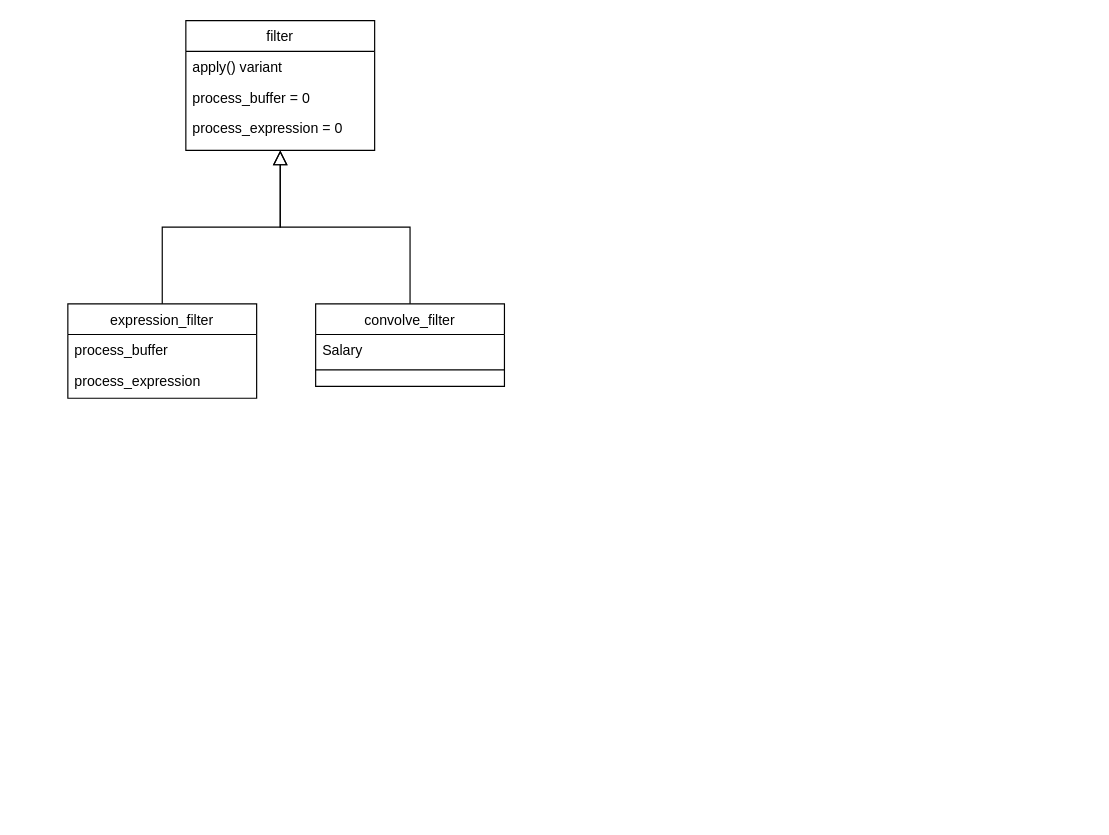
The draw.io diagram Untitled Diagram.drawio in flyskybingo/TestCase, before the edit. Source tidied: cells renumbered, new cells numbered last; positions are measured from the earlier drawing's top-left corner, leaving out a move shared by most shapes. Both pictures are drawn from the tidied source at 118%, with x=0, y=0 at pixel (67, 20).
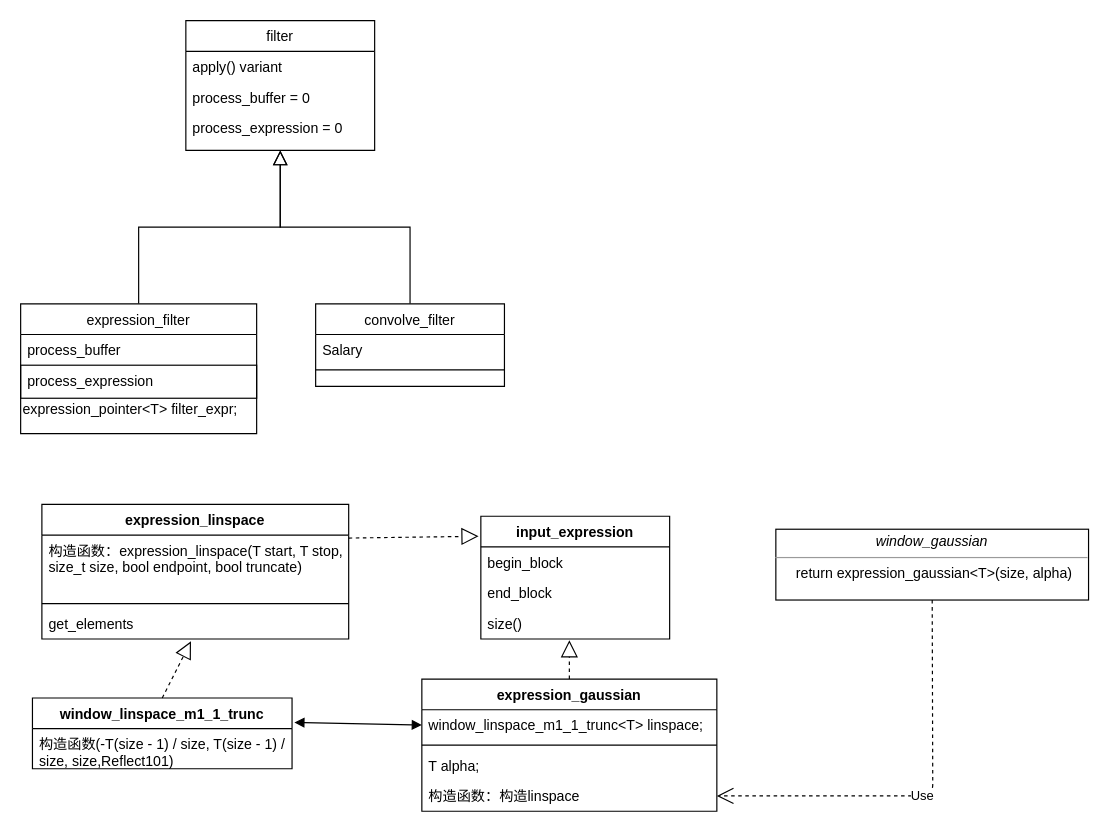
Above is the later version.

The change refers to these unchanged cells:
```xml
<mxCell id="2" value="filter" style="swimlane;fontStyle=0;align=center;verticalAlign=top;horizontal=1;startSize=26;rounded=0;shadow=0;strokeWidth=1;swimlaneLine=1;" parent="1" vertex="1">
  <mxGeometry x="100" width="160" height="110" as="geometry" />
</mxCell>
<mxCell id="10" value="convolve_filter" style="swimlane;fontStyle=0;align=center;verticalAlign=top;horizontal=1;startSize=26;rounded=0;shadow=0;strokeWidth=1;" parent="1" vertex="1">
  <mxGeometry x="210" y="240" width="160" height="70" as="geometry" />
</mxCell>
```

Diff of the diagram source:
```diff
@@
+    <mxCell id="9" style="endArrow=block;endSize=10;endFill=0;shadow=0;strokeWidth=1;rounded=0;edgeStyle=elbowEdgeStyle;elbow=vertical;" parent="1" edge="1" source="6" target="2">
+      <mxGeometry relative="1" as="geometry" />
+    </mxCell>
+    <mxCell id="13" style="endArrow=block;endSize=10;endFill=0;shadow=0;strokeWidth=1;rounded=0;edgeStyle=elbowEdgeStyle;elbow=vertical;" parent="1" edge="1" source="10" target="2">
+      <mxGeometry relative="1" as="geometry" />
+    </mxCell>
+    <mxCell id="14" style="endArrow=block;dashed=1;endFill=0;endSize=12;html=1;exitX=0.5;exitY=0;exitDx=0;exitDy=0;" parent="1" edge="1" source="18">
+      <mxGeometry relative="1" as="geometry">
+        <mxPoint x="425" y="525" as="targetPoint" />
+      </mxGeometry>
+    </mxCell>
+    <mxCell id="15" value="&lt;p style=&quot;margin: 4px 0px 0px&quot;&gt;&lt;i&gt;window_gaussian&lt;/i&gt;&lt;br&gt;&lt;/p&gt;&lt;hr size=&quot;1&quot;&gt;&lt;p style=&quot;margin: 0px ; margin-left: 4px&quot;&gt;return expression_gaussian&amp;lt;T&amp;gt;(size, alpha)&lt;br&gt;&lt;/p&gt;" style="verticalAlign=top;align=center;overflow=fill;fontSize=12;fontFamily=Helvetica;html=1;rounded=0;shadow=0;strokeColor=#000000;" parent="1" vertex="1">
+      <mxGeometry x="600" y="431" width="265" height="60" as="geometry" />
+    </mxCell>
+    <mxCell id="16" value="Use" style="endArrow=open;endSize=12;dashed=1;html=1;exitX=0.5;exitY=1;exitDx=0;exitDy=0;entryX=1;entryY=0.5;entryDx=0;entryDy=0;" parent="1" edge="1" source="15" target="22">
+      <mxGeometry relative="1" as="geometry">
+        <Array as="points">
+          <mxPoint x="733" y="657" />
+        </Array>
+      </mxGeometry>
+    </mxCell>
@@
     <mxCell id="6" value="expression_filter" style="swimlane;fontStyle=0;align=center;verticalAlign=top;horizontal=1;startSize=26;rounded=0;shadow=0;strokeWidth=1;" parent="1" vertex="1">
-      <mxGeometry y="240" width="160" height="80" as="geometry" />
+      <mxGeometry x="-40" y="240" width="200" height="110" as="geometry" />
     </mxCell>
     <mxCell id="7" value="process_buffer" style="text;align=left;verticalAlign=top;spacingLeft=4;spacingRight=4;overflow=hidden;" parent="6" vertex="1">
-      <mxGeometry y="26" width="160" height="26" as="geometry" />
+      <mxGeometry y="26" width="200" height="26" as="geometry" />
     </mxCell>
-    <mxCell id="8" value="process_expression" style="text;align=left;verticalAlign=top;spacingLeft=4;spacingRight=4;overflow=hidden;rounded=0;shadow=0;html=0;" parent="6" vertex="1">
-      <mxGeometry y="52" width="160" height="26" as="geometry" />
+    <mxCell id="8" value="process_expression" style="text;align=left;verticalAlign=top;spacingLeft=4;spacingRight=4;overflow=hidden;rounded=0;shadow=0;html=0;strokeColor=#000000;" parent="6" vertex="1">
+      <mxGeometry y="52" width="200" height="28" as="geometry" />
     </mxCell>
-    <mxCell id="9" style="endArrow=block;endSize=10;endFill=0;shadow=0;strokeWidth=1;rounded=0;edgeStyle=elbowEdgeStyle;elbow=vertical;" parent="1" edge="1" source="6" target="2">
-      <mxGeometry relative="1" as="geometry" />
-    </mxCell>
+    <mxCell id="17" value="expression_pointer&amp;lt;T&amp;gt; filter_expr;" style="text;html=1;align=left;verticalAlign=middle;" parent="6" vertex="1">
+      <mxGeometry y="80" width="200" height="20" as="geometry" />
+    </mxCell>
@@
-    <mxCell id="13" style="endArrow=block;endSize=10;endFill=0;shadow=0;strokeWidth=1;rounded=0;edgeStyle=elbowEdgeStyle;elbow=vertical;" parent="1" edge="1" source="10" target="2">
-      <mxGeometry relative="1" as="geometry" />
-    </mxCell>
+    <mxCell id="18" value="expression_gaussian" style="swimlane;fontStyle=1;align=center;verticalAlign=top;horizontal=1;startSize=26;rounded=0;shadow=0;strokeColor=#000000;" parent="1" vertex="1">
+      <mxGeometry x="300" y="558" width="250" height="112" as="geometry" />
+    </mxCell>
+    <mxCell id="19" value="window_linspace_m1_1_trunc&lt;T&gt; linspace;" style="text;strokeColor=none;fillColor=none;align=left;verticalAlign=top;spacingLeft=4;spacingRight=4;overflow=hidden;points=[[0,0.5],[1,0.5]];portConstraint=eastwest;" parent="18" vertex="1">
+      <mxGeometry y="26" width="250" height="26" as="geometry" />
+    </mxCell>
+    <mxCell id="20" style="line;strokeWidth=1;fillColor=none;align=left;verticalAlign=middle;spacingTop=-1;spacingLeft=3;spacingRight=3;labelPosition=right;" parent="18" vertex="1">
+      <mxGeometry y="52" width="250" height="8" as="geometry" />
+    </mxCell>
+    <mxCell id="21" value="T alpha;" style="text;strokeColor=none;fillColor=none;align=left;verticalAlign=top;spacingLeft=4;spacingRight=4;overflow=hidden;" parent="18" vertex="1">
+      <mxGeometry y="60" width="250" height="26" as="geometry" />
+    </mxCell>
+    <mxCell id="22" value="构造函数：构造linspace" style="text;strokeColor=none;fillColor=none;align=left;verticalAlign=top;spacingLeft=4;spacingRight=4;overflow=hidden;points=[[0,0.5],[1,0.5]];portConstraint=eastwest;" parent="18" vertex="1">
+      <mxGeometry y="86" width="250" height="26" as="geometry" />
+    </mxCell>
+    <mxCell id="23" value="input_expression" style="swimlane;fontStyle=1;align=center;verticalAlign=top;horizontal=1;startSize=26;rounded=0;shadow=0;strokeColor=#000000;" parent="1" vertex="1">
+      <mxGeometry x="350" y="420" width="160" height="104" as="geometry" />
+    </mxCell>
+    <mxCell id="24" value="begin_block" style="text;strokeColor=none;fillColor=none;align=left;verticalAlign=top;spacingLeft=4;spacingRight=4;overflow=hidden;" parent="23" vertex="1">
+      <mxGeometry y="26" width="160" height="26" as="geometry" />
+    </mxCell>
+    <mxCell id="25" value="end_block" style="text;strokeColor=none;fillColor=none;align=left;verticalAlign=top;spacingLeft=4;spacingRight=4;overflow=hidden;" parent="23" vertex="1">
+      <mxGeometry y="52" width="160" height="26" as="geometry" />
+    </mxCell>
+    <mxCell id="26" value="size()" style="text;strokeColor=none;fillColor=none;align=left;verticalAlign=top;spacingLeft=4;spacingRight=4;overflow=hidden;" parent="23" vertex="1">
+      <mxGeometry y="78" width="160" height="26" as="geometry" />
+    </mxCell>
+    <mxCell id="27" value="window_linspace_m1_1_trunc" style="swimlane;fontStyle=1;align=center;verticalAlign=top;horizontal=1;startSize=26;rounded=0;shadow=0;strokeColor=#000000;" parent="1" vertex="1">
+      <mxGeometry x="-30" y="574" width="220" height="60" as="geometry" />
+    </mxCell>
+    <mxCell id="28" value="构造函数(-T(size - 1) / size, T(size - 1) / size, size,Reflect101)" style="text;strokeColor=none;fillColor=none;align=left;verticalAlign=top;spacingLeft=4;spacingRight=4;overflow=hidden;points=[[0,0.5],[1,0.5]];portConstraint=eastwest;whiteSpace=wrap;" parent="27" vertex="1">
+      <mxGeometry y="26" width="220" height="34" as="geometry" />
+    </mxCell>
+    <mxCell id="29" style="endArrow=block;startArrow=block;endFill=1;startFill=1;html=1;exitX=1.009;exitY=-0.154;exitDx=0;exitDy=0;exitPerimeter=0;entryX=0;entryY=0.5;entryDx=0;entryDy=0;" parent="1" edge="1" source="28" target="19">
+      <mxGeometry relative="1" as="geometry" />
+    </mxCell>
+    <mxCell id="30" value="expression_linspace" style="swimlane;fontStyle=1;align=center;verticalAlign=top;horizontal=1;startSize=26;rounded=0;shadow=0;strokeColor=#000000;" parent="1" vertex="1">
+      <mxGeometry x="-22" y="410" width="260" height="114" as="geometry" />
+    </mxCell>
+    <mxCell id="31" value="构造函数：expression_linspace(T start, T stop, size_t size, bool endpoint, bool truncate) " style="text;strokeColor=none;fillColor=none;align=left;verticalAlign=top;spacingLeft=4;spacingRight=4;overflow=hidden;whiteSpace=wrap;" parent="30" vertex="1">
+      <mxGeometry y="26" width="260" height="54" as="geometry" />
+    </mxCell>
+    <mxCell id="32" style="line;strokeWidth=1;fillColor=none;align=left;verticalAlign=middle;spacingTop=-1;spacingLeft=3;spacingRight=3;labelPosition=right;" parent="30" vertex="1">
+      <mxGeometry y="80" width="260" height="8" as="geometry" />
+    </mxCell>
+    <mxCell id="33" value="get_elements" style="text;strokeColor=none;fillColor=none;align=left;verticalAlign=top;spacingLeft=4;spacingRight=4;overflow=hidden;points=[[0,0.5],[1,0.5]];portConstraint=eastwest;" parent="30" vertex="1">
+      <mxGeometry y="88" width="260" height="26" as="geometry" />
+    </mxCell>
+    <mxCell id="34" style="endArrow=block;dashed=1;endFill=0;endSize=12;html=1;entryX=0.486;entryY=1.077;entryDx=0;entryDy=0;entryPerimeter=0;exitX=0.5;exitY=0;exitDx=0;exitDy=0;" parent="1" edge="1" source="27" target="33">
+      <mxGeometry relative="1" as="geometry" />
+    </mxCell>
+    <mxCell id="35" style="endArrow=block;dashed=1;endFill=0;endSize=12;html=1;exitX=1;exitY=0.25;exitDx=0;exitDy=0;entryX=-0.012;entryY=0.163;entryDx=0;entryDy=0;entryPerimeter=0;" parent="1" edge="1" source="30" target="23">
+      <mxGeometry relative="1" as="geometry" />
+    </mxCell>
```
